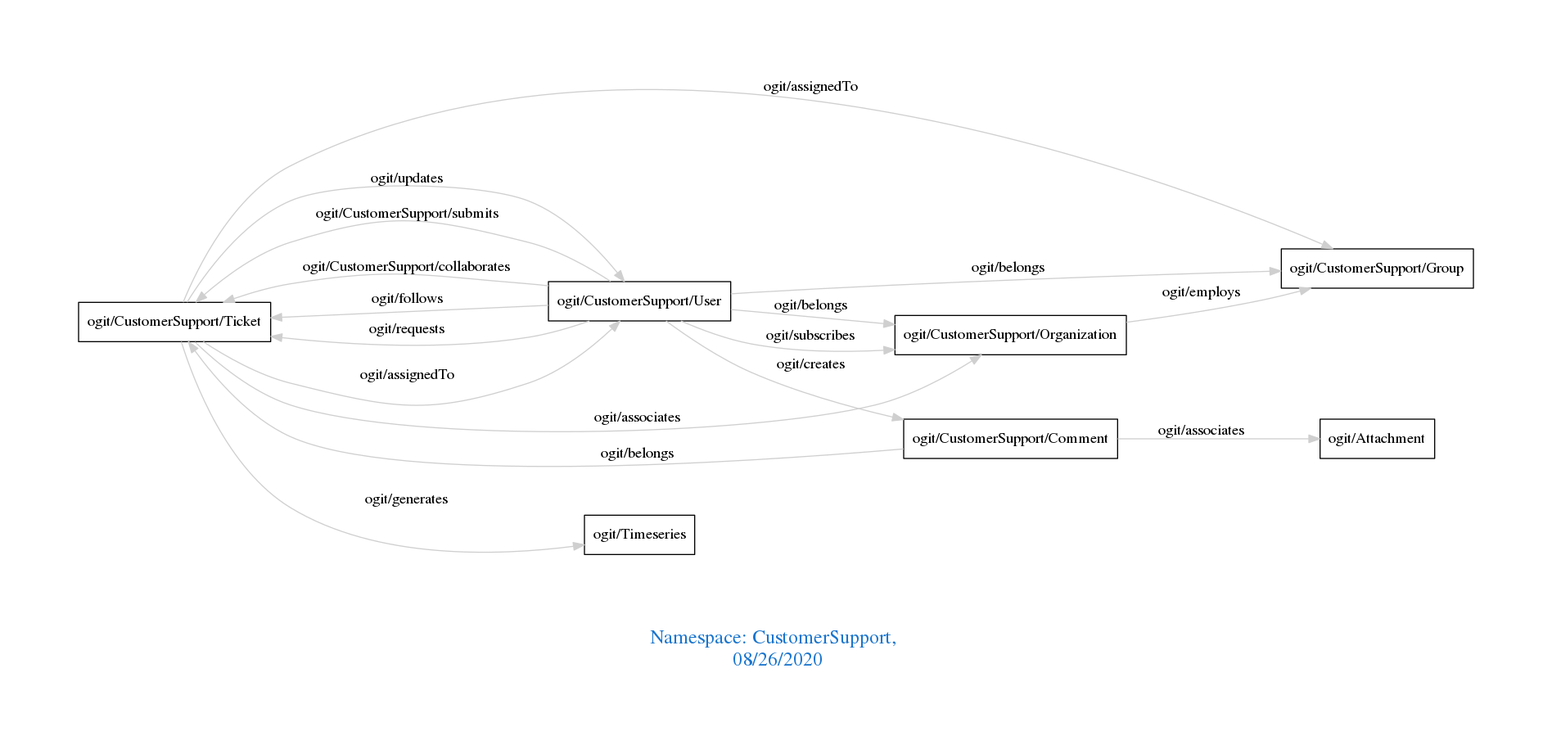
Earlier version of the Graphviz export downloads/CustomerSupport.png (arago/OGIT). Its source is kept beside it as downloads/CustomerSupport.dot.
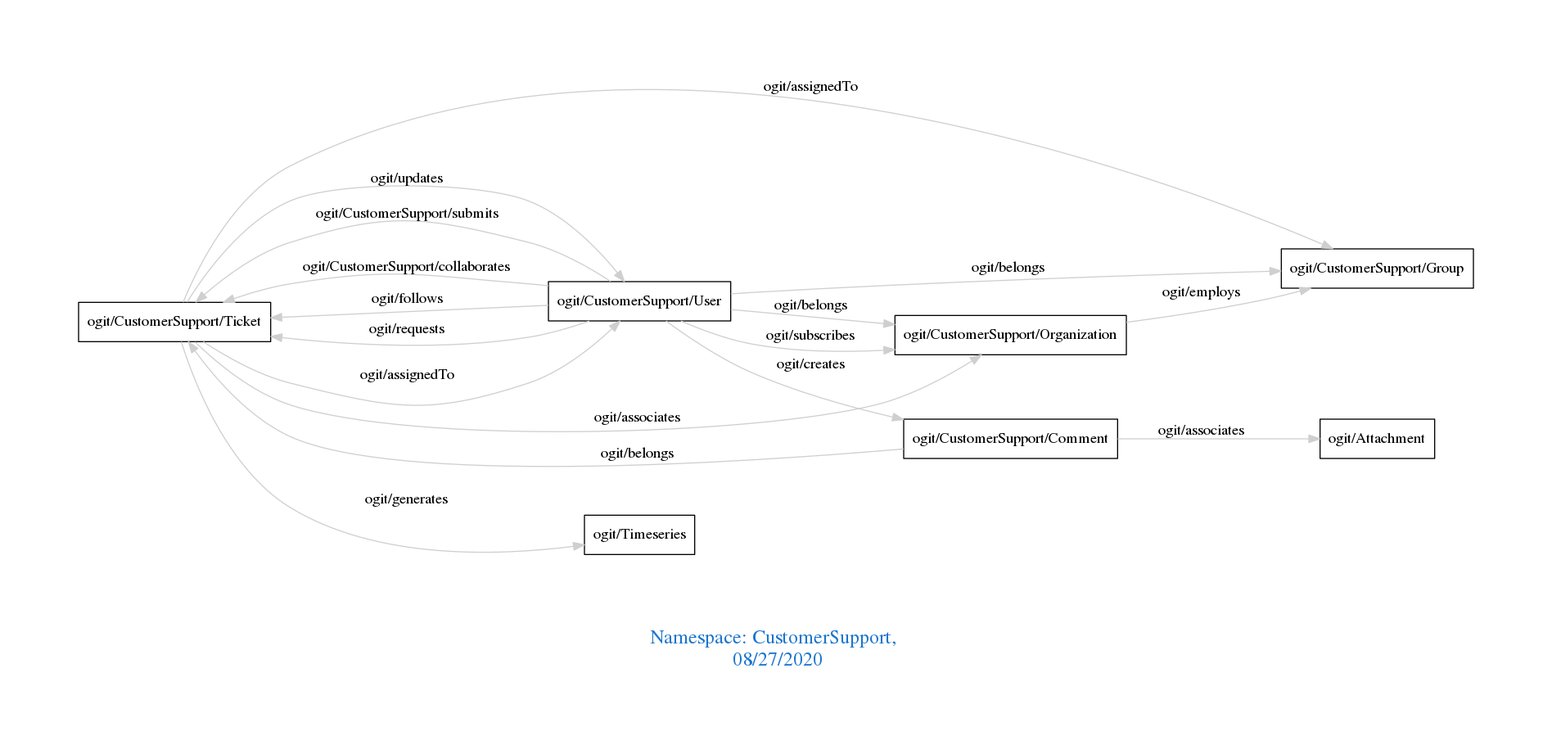
After the commit.

What changed in the source:
```diff
@@ -1,7 +1,7 @@
 digraph OGIT_ontology {
  graph [ rankdir= LR,pad=1
 fontsize = 18,
-fontcolor= dodgerblue3,label = "\n\n\nNamespace: CustomerSupport, \n 08/26/2020"];
+fontcolor= dodgerblue3,label = "\n\n\nNamespace: CustomerSupport, \n 08/27/2020"];
 node[shape=polygon];
 edge [  color="gray81"];
 
```
